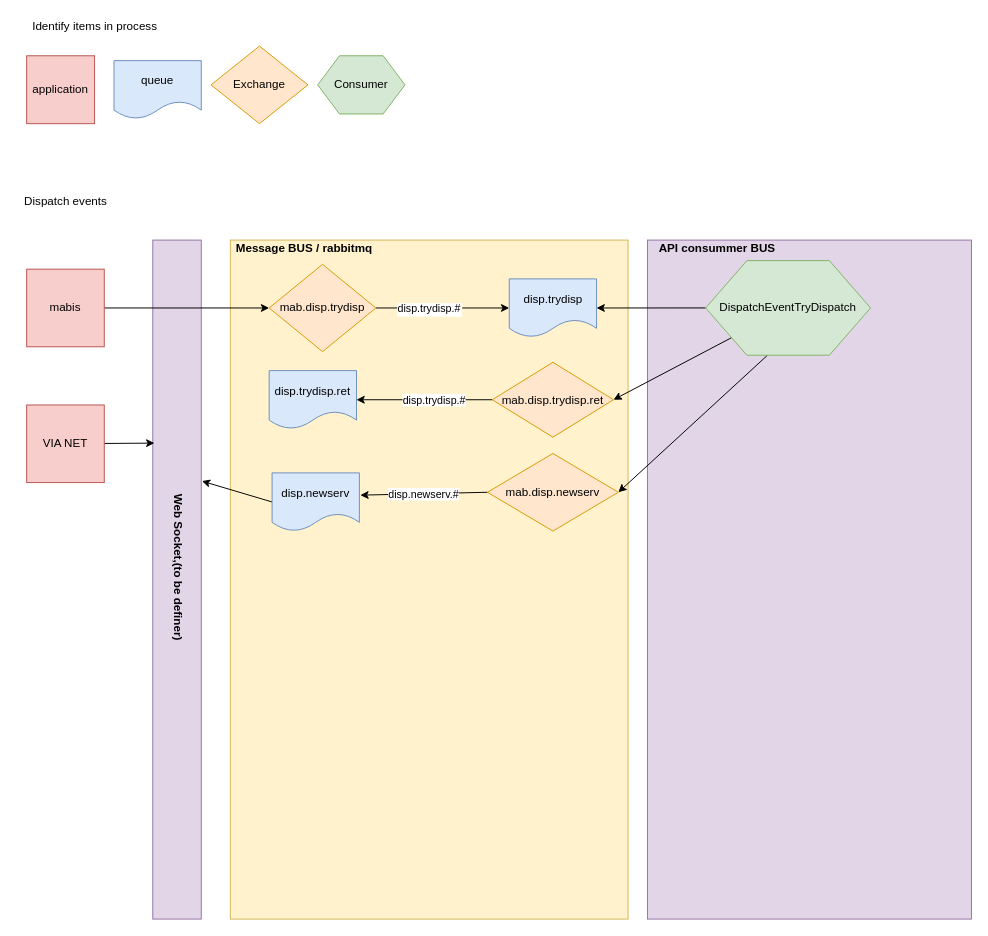
Above: page "Fluxo por processo" (2 of 3) of dispatch/Processo Dispatch.drawio in rodrigoporcionato/estudos (draw.io), before the change. Source tidied: cells renumbered, new cells numbered last; positions are measured from the earlier drawing's top-left corner, leaving out a move shared by most shapes. Both pictures are drawn from the tidied source at 97%, with x=0, y=0 at pixel (16, 16).
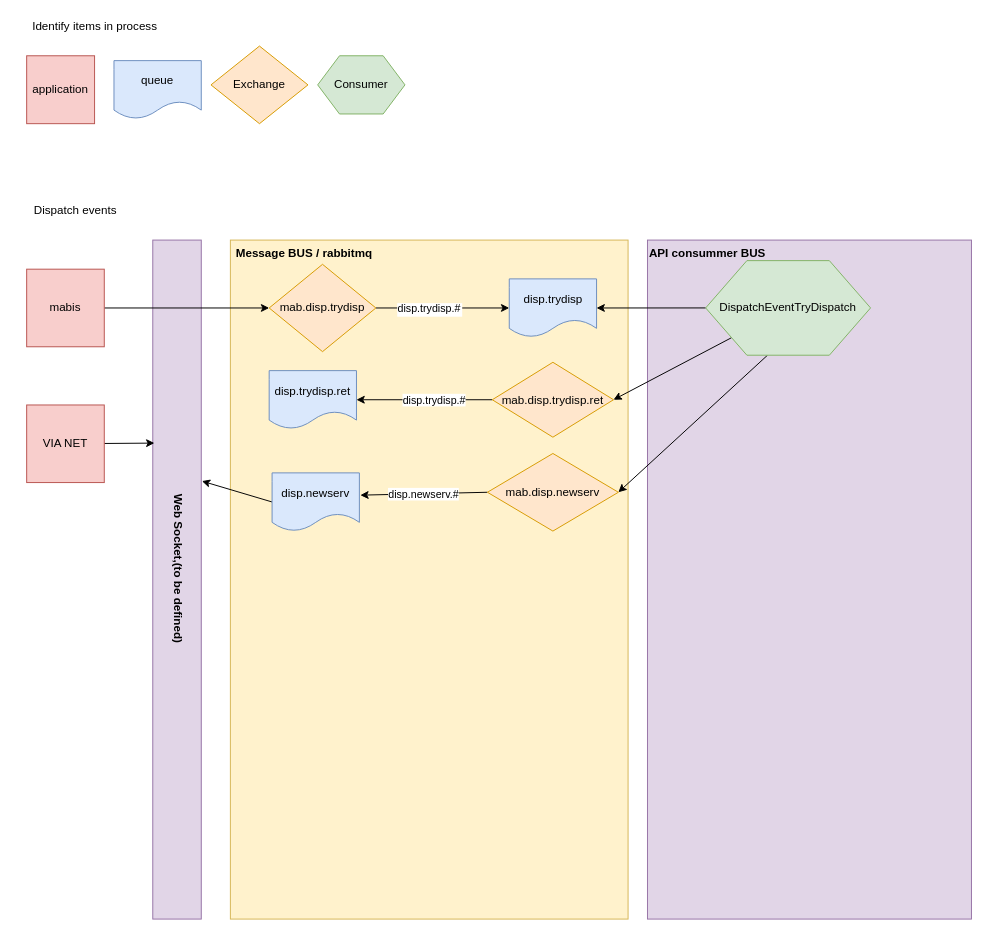
The same diagram, later.

What changed in the source:
```diff
@@
     <mxCell id="8" value="Dispatch events" style="text;html=1;align=center;verticalAlign=middle;" parent="1" vertex="1">
-      <mxGeometry y="180" width="100" height="20" as="geometry" />
+      <mxGeometry x="10" y="190" width="100" height="20" as="geometry" />
     </mxCell>
@@
     <mxCell id="21" value="API consummer BUS" style="text;html=1;fontStyle=1;" parent="1" vertex="1">
-      <mxGeometry x="660" y="225" width="110" height="30" as="geometry" />
+      <mxGeometry x="650" y="230" width="110" height="30" as="geometry" />
     </mxCell>
@@
     <mxCell id="26" value="Message BUS / rabbitmq" style="text;html=1;fontStyle=1;" parent="1" vertex="1">
-      <mxGeometry x="224" y="225" width="110" height="30" as="geometry" />
+      <mxGeometry x="224" y="230" width="110" height="30" as="geometry" />
     </mxCell>
@@
-    <mxCell id="33" value="Web Socket,(to be definer)" style="text;html=1;fontStyle=1;rotation=90;" parent="1" vertex="1">
+    <mxCell id="33" value="Web Socket,(to be defined)" style="text;html=1;fontStyle=1;rotation=90;" parent="1" vertex="1">
       <mxGeometry x="110" y="530" width="110" height="30" as="geometry" />
     </mxCell>
```
